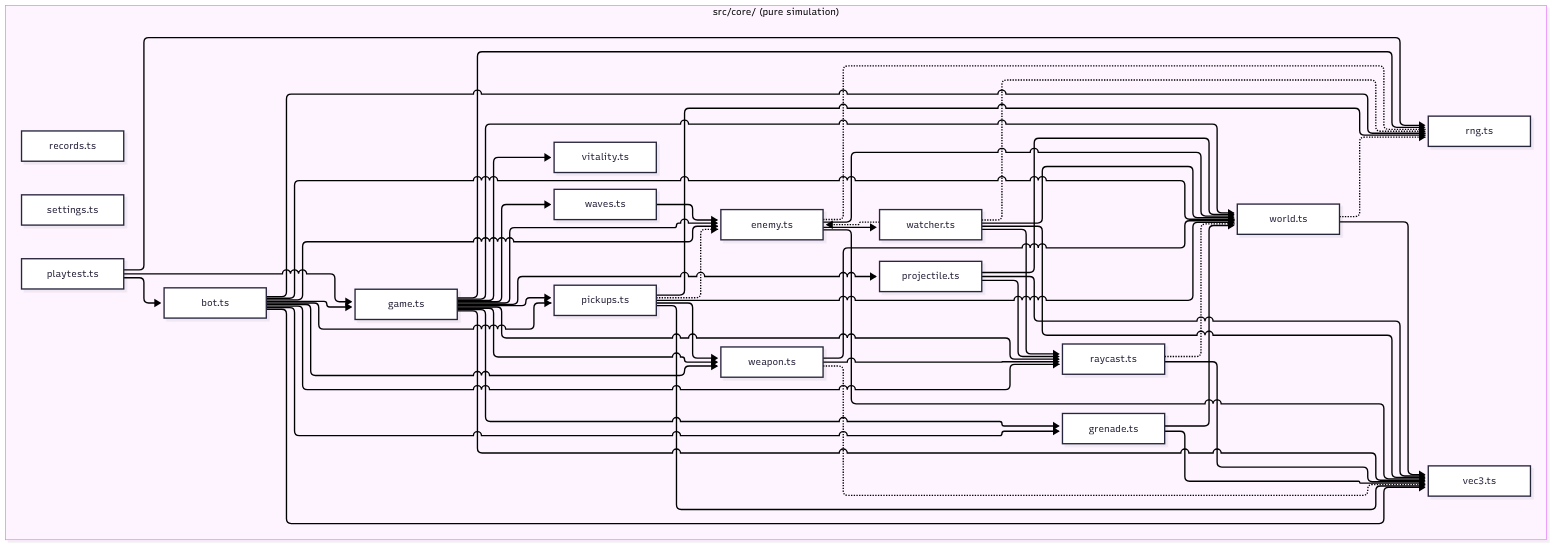
agh/ringfall keeps this Mermaid diagram as docs/architecture/render/core-components.png. Above is the earlier version. Its source is kept beside it as docs/architecture/diagrams/core-components.mmd.
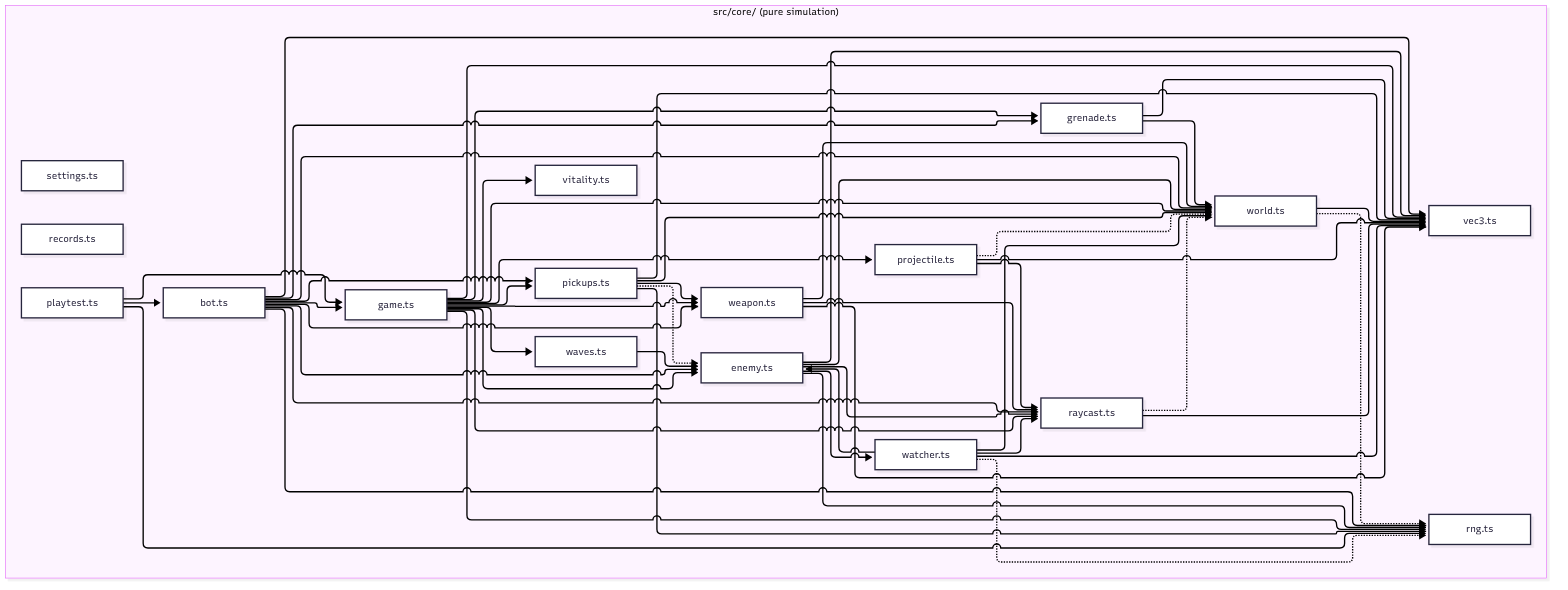
After the change.

Commit message:
fix(enemy): sidestep round cover after a second without headway; striders close when cover hides the eye (#113)

What changed in the source:
```diff
@@ -28,6 +28,7 @@
   core_bot --> core_vec3
   core_bot --> core_weapon
   core_bot -.-> core_world
+  core_enemy --> core_raycast
   core_enemy -.-> core_rng
   core_enemy --> core_vec3
   core_enemy --> core_watcher
```
